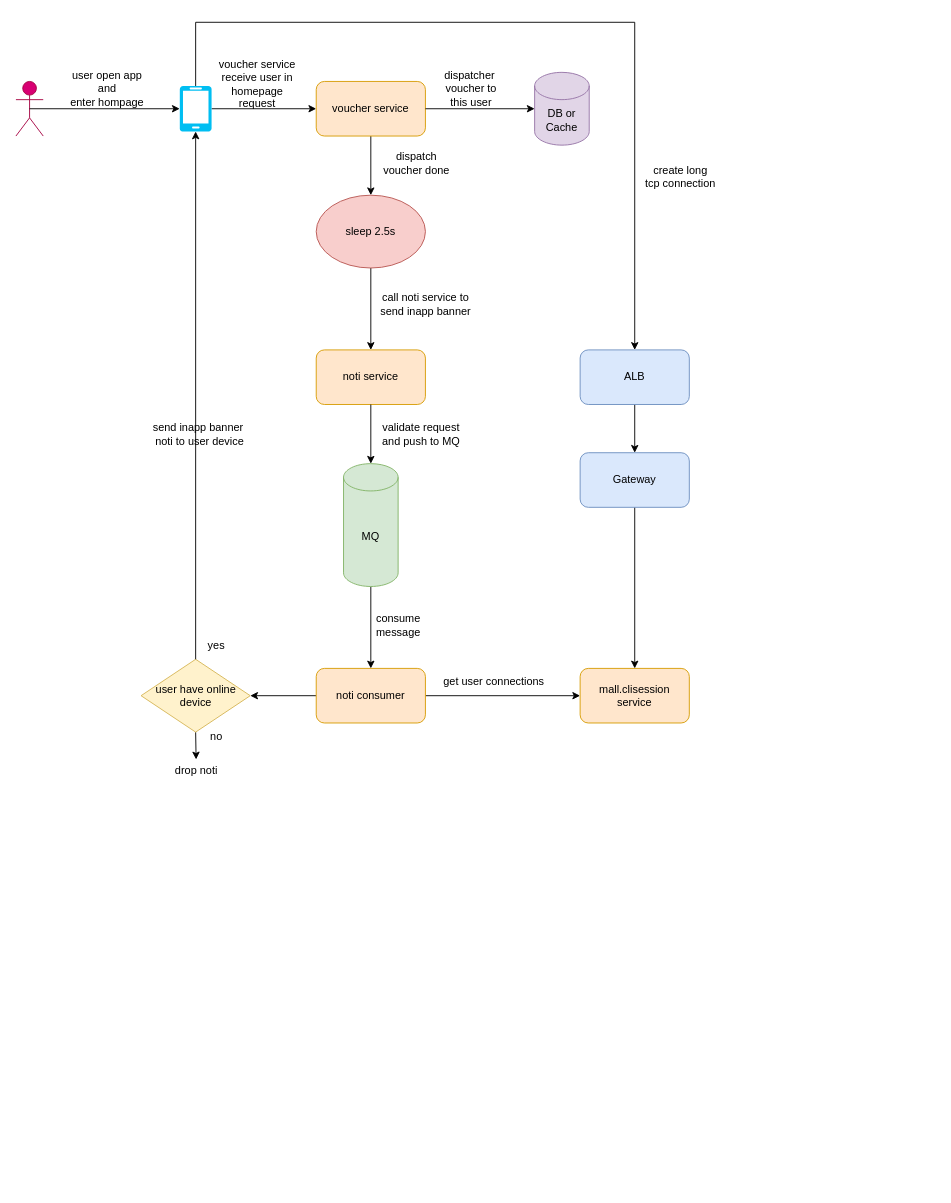
This is flow.drawio from zzw55486402/20200626, a draw.io file, before an edit. Source tidied: cells renumbered, new cells numbered last; positions are measured from the earlier drawing's top-left corner, leaving out a move shared by most shapes. Both pictures are drawn from the tidied source at 91%, with x=0, y=0 at pixel (15, 22).
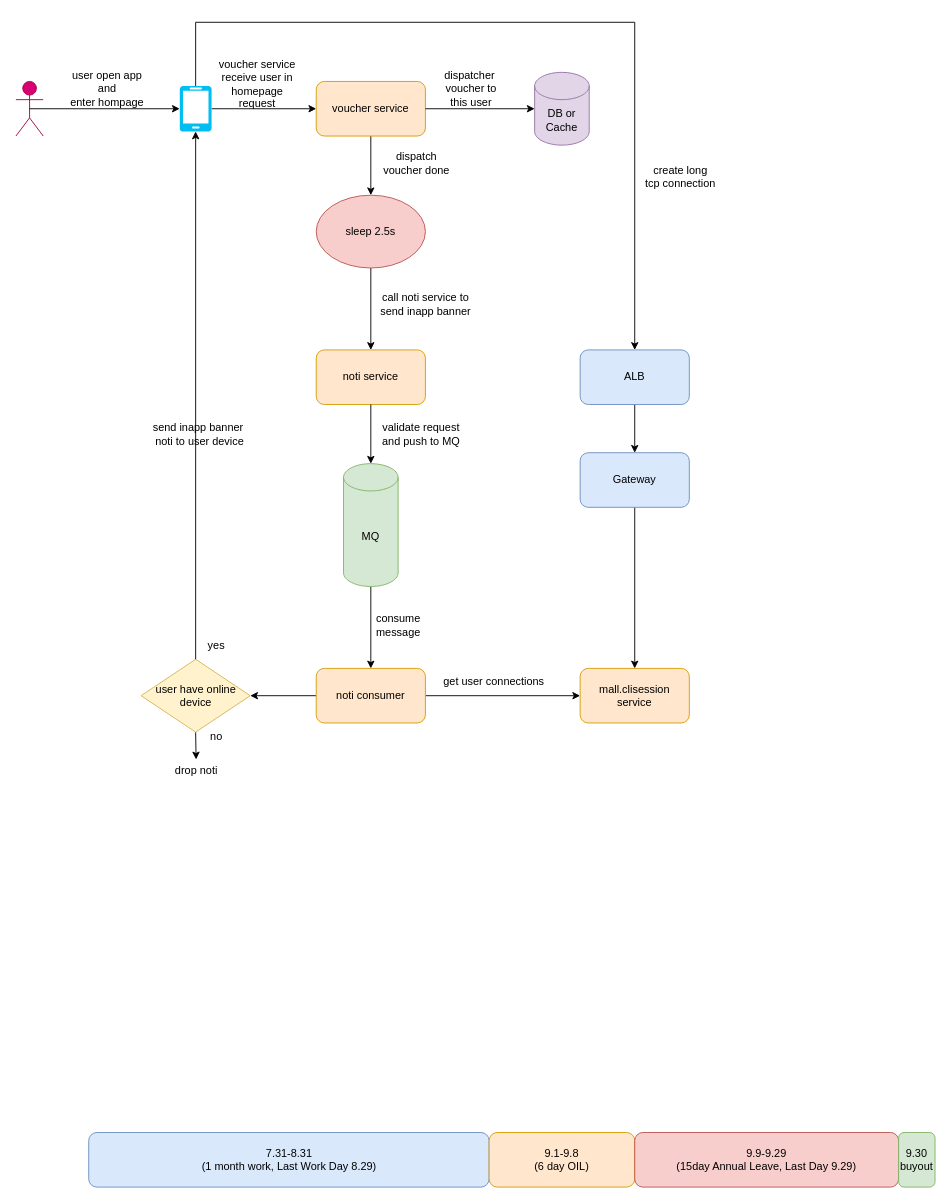
The same diagram, later.

What changed in the source:
```diff
@@
+    <mxCell id="41" style="rounded=1;whiteSpace=wrap;html=1;fillColor=#dae8fc;strokeColor=#6c8ebf;" parent="1" vertex="1">
+      <mxGeometry x="80" y="1220" width="440" height="60" as="geometry" />
+    </mxCell>
+    <mxCell id="42" value="7.31-8.31&lt;br&gt;(1 month work, Last Work Day 8.29)" style="text;html=1;align=center;verticalAlign=middle;strokeColor=none;fillColor=none;" parent="1" vertex="1">
+      <mxGeometry x="190" y="1230" width="220" height="40" as="geometry" />
+    </mxCell>
+    <mxCell id="43" value="9.1-9.8&lt;br&gt;(6 day OIL)" style="rounded=1;whiteSpace=wrap;html=1;fillColor=#ffe6cc;strokeColor=#d79b00;" parent="1" vertex="1">
+      <mxGeometry x="520" y="1220" width="160" height="60" as="geometry" />
+    </mxCell>
+    <mxCell id="44" value="9.9-9.29&lt;div&gt;(15day Annual Leave, Last Day 9.29)&lt;/div&gt;" style="rounded=1;whiteSpace=wrap;html=1;fillColor=#f8cecc;strokeColor=#b85450;" parent="1" vertex="1">
+      <mxGeometry x="680" y="1220" width="290" height="60" as="geometry" />
+    </mxCell>
+    <mxCell id="45" value="9.30&lt;div&gt;buyout&lt;/div&gt;" style="rounded=1;whiteSpace=wrap;html=1;fillColor=#d5e8d4;strokeColor=#82b366;" parent="1" vertex="1">
+      <mxGeometry x="970" y="1220" width="40" height="60" as="geometry" />
+    </mxCell>
```
